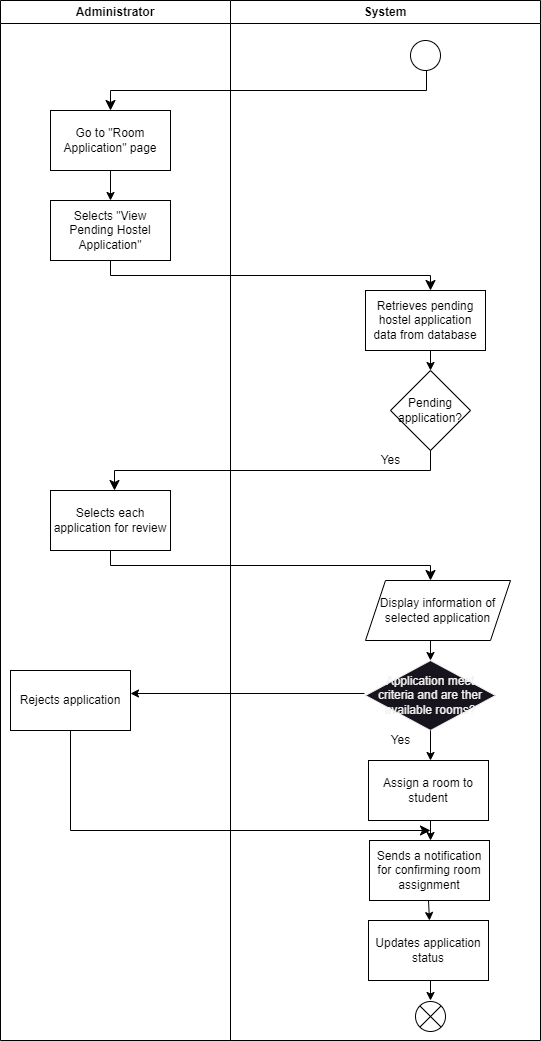
drshahizan/software-engineering keeps this draw.io diagram as project/drawio/stakeholder/activity diagram/uc19.png. Above is the earlier version. Source tidied: cells renumbered, new cells last; positions are measured from the earlier drawing's top-left corner, leaving out a move shared by most shapes. Its diagram source:
```xml
<mxGraphModel>
  <root>
    <mxCell id="0" />
    <mxCell id="1" parent="0" />
    <mxCell id="2" style="ellipse;" parent="1" vertex="1">
      <mxGeometry x="410" y="40" width="30" height="30" as="geometry" />
    </mxCell>
    <mxCell id="3" style="edgeStyle=elbowEdgeStyle;elbow=vertical;endArrow=classic;html=1;curved=0;rounded=0;endSize=8;startSize=8;" parent="1" edge="1">
      <mxGeometry relative="1" as="geometry">
        <mxPoint x="426" y="70" as="sourcePoint" />
        <mxPoint x="110" y="110" as="targetPoint" />
      </mxGeometry>
    </mxCell>
    <mxCell id="4" value="Go to &quot;Room Application&quot; page" style="rounded=0;whiteSpace=wrap;html=1;" parent="1" vertex="1">
      <mxGeometry x="50" y="110" width="120" height="60" as="geometry" />
    </mxCell>
    <mxCell id="5" style="endArrow=classic;html=1;" parent="1" edge="1">
      <mxGeometry relative="1" as="geometry">
        <mxPoint x="110" y="170" as="sourcePoint" />
        <mxPoint x="110" y="200" as="targetPoint" />
      </mxGeometry>
    </mxCell>
    <mxCell id="6" value="Selects &quot;View Pending Hostel Application&quot;" style="rounded=0;whiteSpace=wrap;html=1;" parent="1" vertex="1">
      <mxGeometry x="50" y="200" width="120" height="60" as="geometry" />
    </mxCell>
    <mxCell id="7" style="edgeStyle=elbowEdgeStyle;elbow=vertical;endArrow=classic;html=1;curved=0;rounded=0;endSize=8;startSize=8;" parent="1" edge="1">
      <mxGeometry relative="1" as="geometry">
        <mxPoint x="110" y="260" as="sourcePoint" />
        <mxPoint x="430" y="290" as="targetPoint" />
      </mxGeometry>
    </mxCell>
    <mxCell id="8" value="Retrieves pending hostel application data from database" style="rounded=0;whiteSpace=wrap;html=1;" parent="1" vertex="1">
      <mxGeometry x="365" y="290" width="120" height="60" as="geometry" />
    </mxCell>
    <mxCell id="9" style="endArrow=classic;html=1;" parent="1" edge="1">
      <mxGeometry relative="1" as="geometry">
        <mxPoint x="430" y="350" as="sourcePoint" />
        <mxPoint x="430" y="370" as="targetPoint" />
      </mxGeometry>
    </mxCell>
    <mxCell id="10" value="Pending application?" style="rhombus;whiteSpace=wrap;html=1;" parent="1" vertex="1">
      <mxGeometry x="390" y="370" width="80" height="80" as="geometry" />
    </mxCell>
    <mxCell id="11" style="edgeStyle=elbowEdgeStyle;elbow=vertical;endArrow=classic;html=1;curved=0;rounded=0;endSize=8;startSize=8;" parent="1" edge="1">
      <mxGeometry relative="1" as="geometry">
        <mxPoint x="430" y="450" as="sourcePoint" />
        <mxPoint x="114" y="490" as="targetPoint" />
      </mxGeometry>
    </mxCell>
    <mxCell id="12" value="Selects each application for review" style="rounded=0;whiteSpace=wrap;html=1;" parent="1" vertex="1">
      <mxGeometry x="50" y="490" width="120" height="60" as="geometry" />
    </mxCell>
    <mxCell id="13" value="Yes" style="text;html=1;align=center;verticalAlign=middle;strokeColor=none;fillColor=none;" parent="1" vertex="1">
      <mxGeometry x="370" y="445" width="40" height="30" as="geometry" />
    </mxCell>
    <mxCell id="14" style="edgeStyle=elbowEdgeStyle;elbow=vertical;endArrow=classic;html=1;curved=0;rounded=0;endSize=8;startSize=8;" parent="1" edge="1">
      <mxGeometry relative="1" as="geometry">
        <mxPoint x="110" y="550" as="sourcePoint" />
        <mxPoint x="430" y="580" as="targetPoint" />
      </mxGeometry>
    </mxCell>
    <mxCell id="15" value="Display information of selected application" style="shape=parallelogram;perimeter=parallelogramPerimeter;whiteSpace=wrap;html=1;fixedSize=1;" parent="1" vertex="1">
      <mxGeometry x="365" y="580" width="145" height="60" as="geometry" />
    </mxCell>
    <mxCell id="16" style="endArrow=classic;html=1;" parent="1" edge="1">
      <mxGeometry relative="1" as="geometry">
        <mxPoint x="430" y="640" as="sourcePoint" />
        <mxPoint x="430" y="660" as="targetPoint" />
      </mxGeometry>
    </mxCell>
    <mxCell id="17" value="Application meet criteria and are ther available rooms?" style="rhombus;whiteSpace=wrap;html=1;fontFamily=Helvetica;fontSize=12;fontColor=rgb(240, 240, 240);align=center;strokeColor=rgb(240, 240, 240);fillColor=rgb(24, 20, 29);" parent="1" vertex="1">
      <mxGeometry x="365" y="660" width="130" height="70" as="geometry" />
    </mxCell>
    <mxCell id="18" style="endArrow=classic;html=1;" parent="1" edge="1">
      <mxGeometry relative="1" as="geometry">
        <mxPoint x="430" y="730" as="sourcePoint" />
        <mxPoint x="430" y="760" as="targetPoint" />
      </mxGeometry>
    </mxCell>
    <mxCell id="19" value="Assign a room to student" style="rounded=0;whiteSpace=wrap;html=1;" parent="1" vertex="1">
      <mxGeometry x="368" y="760" width="120" height="60" as="geometry" />
    </mxCell>
    <mxCell id="20" style="endArrow=classic;html=1;" parent="1" edge="1">
      <mxGeometry relative="1" as="geometry">
        <mxPoint x="430" y="820" as="sourcePoint" />
        <mxPoint x="430" y="840" as="targetPoint" />
      </mxGeometry>
    </mxCell>
    <mxCell id="21" value="Sends a notification for confirming room assignment" style="rounded=0;whiteSpace=wrap;html=1;" parent="1" vertex="1">
      <mxGeometry x="369" y="840" width="120" height="60" as="geometry" />
    </mxCell>
    <mxCell id="22" style="endArrow=classic;html=1;" parent="1" edge="1">
      <mxGeometry relative="1" as="geometry">
        <mxPoint x="428" y="900" as="sourcePoint" />
        <mxPoint x="429" y="920" as="targetPoint" />
      </mxGeometry>
    </mxCell>
    <mxCell id="23" value="Updates application status" style="rounded=0;whiteSpace=wrap;html=1;" parent="1" vertex="1">
      <mxGeometry x="368" y="920" width="120" height="60" as="geometry" />
    </mxCell>
    <mxCell id="24" value="Yes" style="text;html=1;align=center;verticalAlign=middle;strokeColor=none;fillColor=none;" parent="1" vertex="1">
      <mxGeometry x="380" y="725" width="40" height="30" as="geometry" />
    </mxCell>
    <mxCell id="25" style="endArrow=classic;html=1;" parent="1" edge="1">
      <mxGeometry relative="1" as="geometry">
        <mxPoint x="364" y="693" as="sourcePoint" />
        <mxPoint x="130" y="693" as="targetPoint" />
      </mxGeometry>
    </mxCell>
    <mxCell id="26" value="Rejects application" style="rounded=0;whiteSpace=wrap;html=1;" parent="1" vertex="1">
      <mxGeometry x="10" y="670" width="120" height="60" as="geometry" />
    </mxCell>
    <mxCell id="27" style="edgeStyle=elbowEdgeStyle;elbow=vertical;endArrow=classic;html=1;curved=0;rounded=0;endSize=8;startSize=8;" parent="1" edge="1">
      <mxGeometry relative="1" as="geometry">
        <mxPoint x="70" y="730" as="sourcePoint" />
        <mxPoint x="430" y="830" as="targetPoint" />
        <Array as="points">
          <mxPoint x="250" y="830" />
        </Array>
      </mxGeometry>
    </mxCell>
    <mxCell id="28" value="Administrator" style="swimlane;whiteSpace=wrap;html=1;" parent="1" vertex="1">
      <mxGeometry width="230" height="1040" as="geometry" />
    </mxCell>
    <mxCell id="29" style="endArrow=classic;html=1;" parent="1" edge="1">
      <mxGeometry relative="1" as="geometry">
        <mxPoint x="430" y="980" as="sourcePoint" />
        <mxPoint x="430" y="1000" as="targetPoint" />
      </mxGeometry>
    </mxCell>
    <mxCell id="30" style="shape=sumEllipse;perimeter=ellipsePerimeter;whiteSpace=wrap;html=1;backgroundOutline=1;" parent="1" vertex="1">
      <mxGeometry x="415" y="1001" width="30" height="30" as="geometry" />
    </mxCell>
    <mxCell id="31" value="System" style="swimlane;whiteSpace=wrap;html=1;" parent="1" vertex="1">
      <mxGeometry x="230" width="310" height="1040" as="geometry" />
    </mxCell>
  </root>
</mxGraphModel>
```
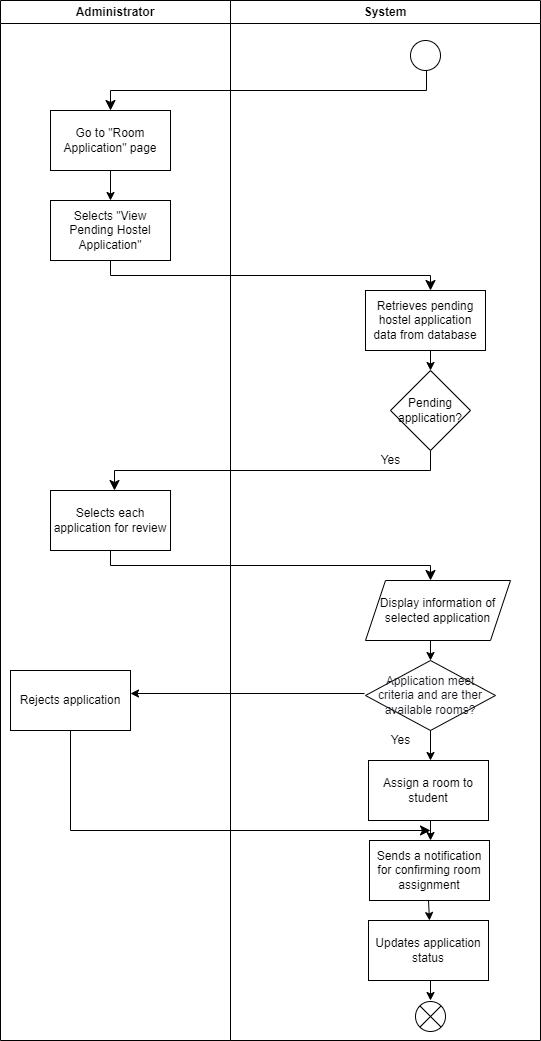
After the change.

The edit, as a diff of the source:
```diff
@@ -68,7 +68,7 @@
         <mxPoint x="430" y="660" as="targetPoint" />
       </mxGeometry>
     </mxCell>
-    <mxCell id="17" value="Application meet criteria and are ther available rooms?" style="rhombus;whiteSpace=wrap;html=1;fontFamily=Helvetica;fontSize=12;fontColor=rgb(240, 240, 240);align=center;strokeColor=rgb(240, 240, 240);fillColor=rgb(24, 20, 29);" parent="1" vertex="1">
+    <mxCell id="17" value="&lt;font color=&quot;#18141d&quot;&gt;Application meet criteria and are ther available rooms?&lt;/font&gt;" style="rhombus;whiteSpace=wrap;html=1;fontFamily=Helvetica;fontSize=12;fontColor=rgb(240, 240, 240);align=center;strokeColor=#000000;fillColor=#FFFFFF;" parent="1" vertex="1">
       <mxGeometry x="365" y="660" width="130" height="70" as="geometry" />
     </mxCell>
     <mxCell id="18" style="endArrow=classic;html=1;" parent="1" edge="1">
```
